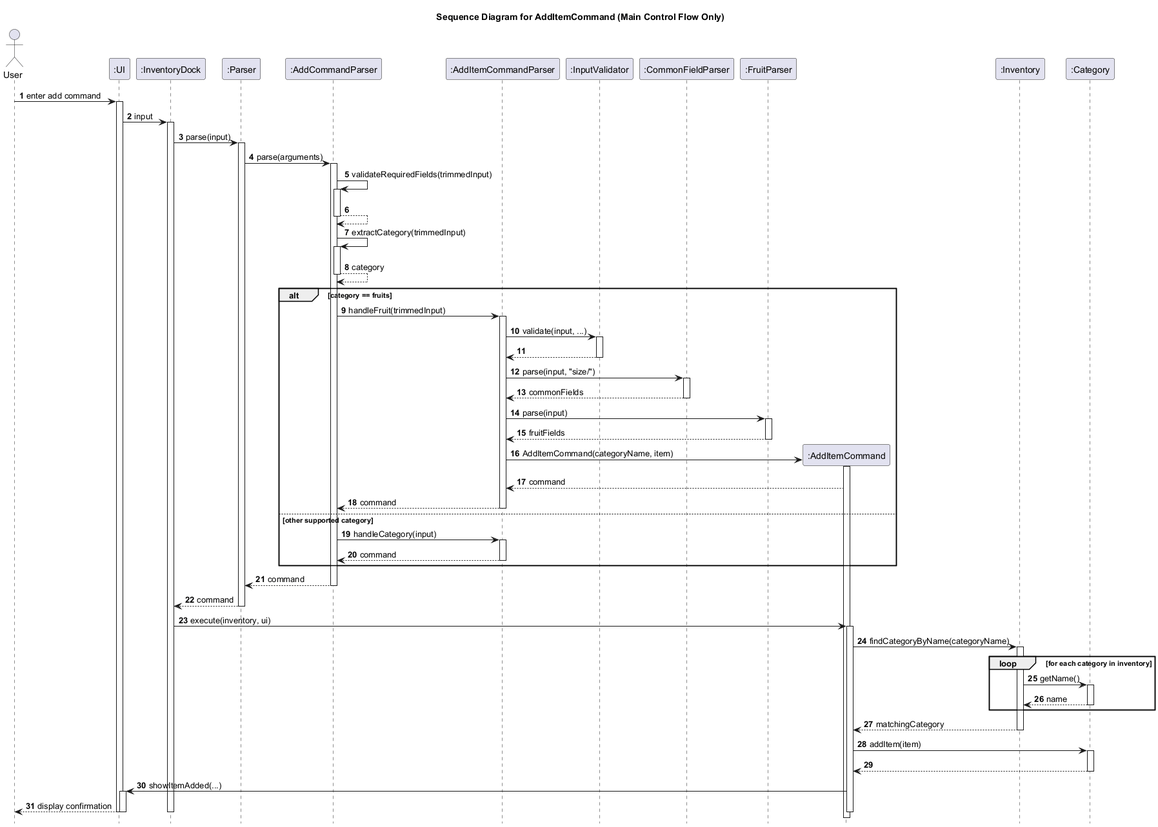
The PlantUML diagram docs/diagrams/sequence/AddItemCommandMainFlow-Sequence_Diagram_for_AddItemCommand__Main_Control_Flow_Only_.png in yueyang1111/tp, before a commit. Its diagram source:
```plantuml
@startuml
title Sequence Diagram for AddItemCommand (Main Control Flow Only)

autonumber
hide footbox

actor User
participant ":UI" as UI
participant ":InventoryDock" as InventoryDock
participant ":Parser" as Parser
participant ":AddCommandParser" as AddCommandParser
participant ":AddItemCommandParser" as AddItemCommandParser
participant ":InputValidator" as InputValidator
participant ":CommonFieldParser" as CommonFieldParser
participant ":FruitParser" as FruitParser
participant ":AddItemCommand" as AddItemCommand
participant ":Inventory" as Inventory
participant ":Category" as Category

User -> UI: enter add command
activate UI
UI -> InventoryDock: input
activate InventoryDock
InventoryDock -> Parser: parse(input)
activate Parser

Parser -> AddCommandParser: parse(arguments)
activate AddCommandParser

AddCommandParser -> AddCommandParser: validateRequiredFields(trimmedInput)
activate AddCommandParser
AddCommandParser --> AddCommandParser
deactivate AddCommandParser

AddCommandParser -> AddCommandParser: extractCategory(trimmedInput)
activate AddCommandParser
AddCommandParser --> AddCommandParser: category
deactivate AddCommandParser

alt category == fruits
    AddCommandParser -> AddItemCommandParser: handleFruit(trimmedInput)
    activate AddItemCommandParser

    AddItemCommandParser -> InputValidator: validate(input, ...)
    activate InputValidator
    InputValidator --> AddItemCommandParser
    deactivate InputValidator

    AddItemCommandParser -> CommonFieldParser: parse(input, "size/")
    activate CommonFieldParser
    CommonFieldParser --> AddItemCommandParser: commonFields
    deactivate CommonFieldParser

    AddItemCommandParser -> FruitParser: parse(input)
    activate FruitParser
    FruitParser --> AddItemCommandParser: fruitFields
    deactivate FruitParser

    create AddItemCommand
    AddItemCommandParser -> AddItemCommand: AddItemCommand(categoryName, item)
    activate AddItemCommand
    AddItemCommand --> AddItemCommandParser: command

    AddItemCommandParser --> AddCommandParser: command
    deactivate AddItemCommandParser
else other supported category
    AddCommandParser -> AddItemCommandParser: handleCategory(input)
    activate AddItemCommandParser
    AddItemCommandParser --> AddCommandParser: command
    deactivate AddItemCommandParser
end

AddCommandParser --> Parser: command
deactivate AddCommandParser
Parser --> InventoryDock: command
deactivate Parser

InventoryDock -> AddItemCommand: execute(inventory, ui)
activate AddItemCommand
AddItemCommand -> Inventory: findCategoryByName(categoryName)
activate Inventory
loop for each category in inventory
    Inventory -> Category: getName()
    activate Category
    Category --> Inventory: name
    deactivate Category
end
Inventory --> AddItemCommand: matchingCategory
deactivate Inventory

AddItemCommand -> Category: addItem(item)
activate Category
Category --> AddItemCommand
deactivate Category

AddItemCommand -> UI: showItemAdded(...)
activate UI
UI --> User: display confirmation
deactivate UI
deactivate AddItemCommand

deactivate InventoryDock
deactivate UI
@enduml
```
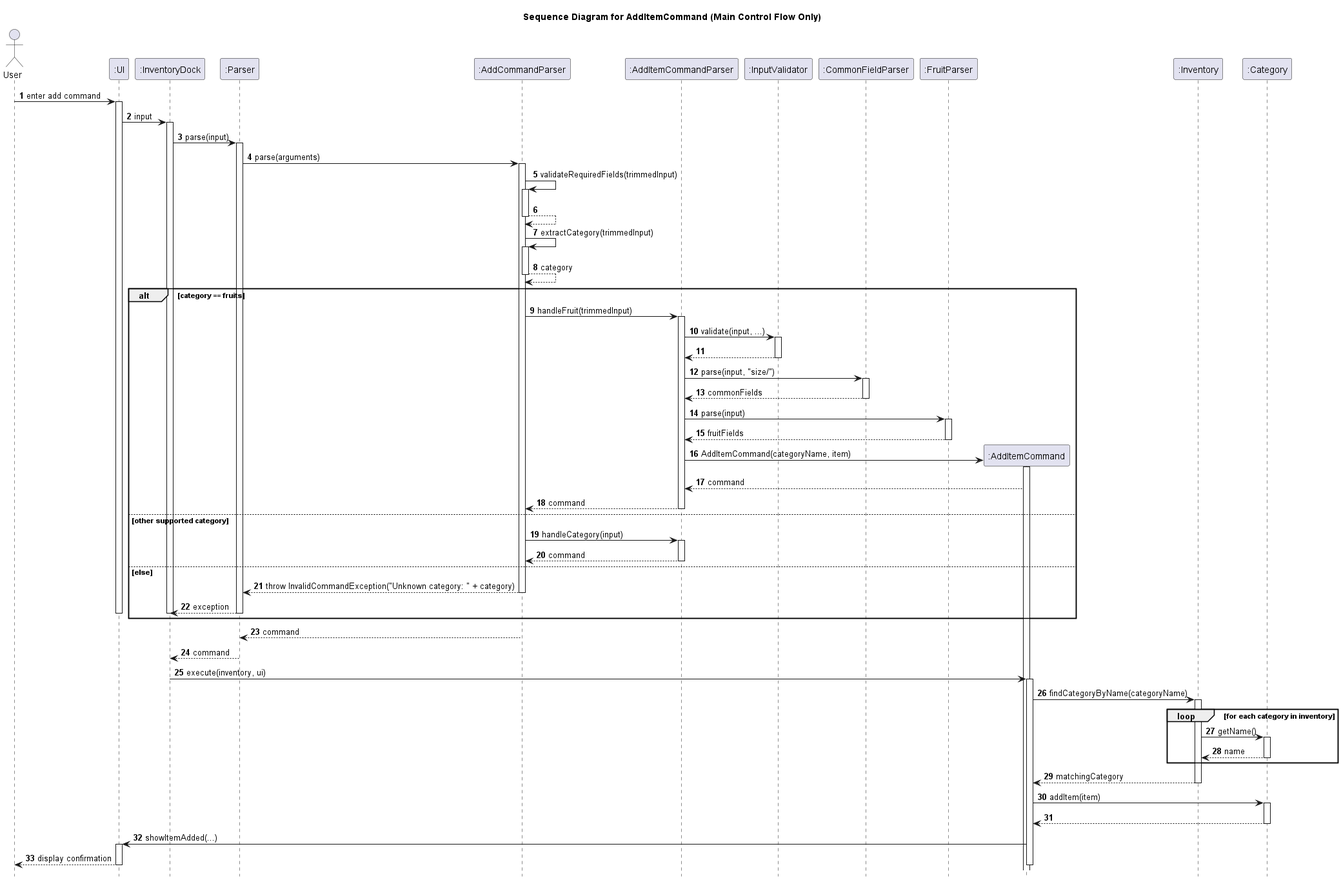
The same diagram one commit later.

Commit message:
Add missing else blocks for sequence diagrams

Change to the diagram source:
```diff
@@ -68,6 +68,13 @@
     activate AddItemCommandParser
     AddItemCommandParser --> AddCommandParser: command
     deactivate AddItemCommandParser
+else else
+    AddCommandParser --> Parser: throw InvalidCommandException("Unknown category: " + category)
+    deactivate AddCommandParser
+    Parser --> InventoryDock: exception
+    deactivate Parser
+    deactivate InventoryDock
+    deactivate UI
 end
 
 AddCommandParser --> Parser: command
```
